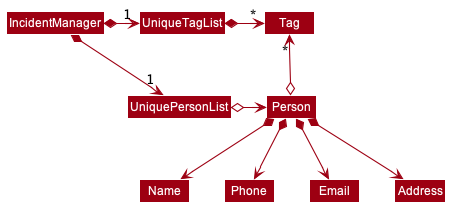
Above: docs/images/BetterModelClassDiagram.png in nus-cs2103-AY1920S1/addressbook-level3 (PlantUML), before the change.
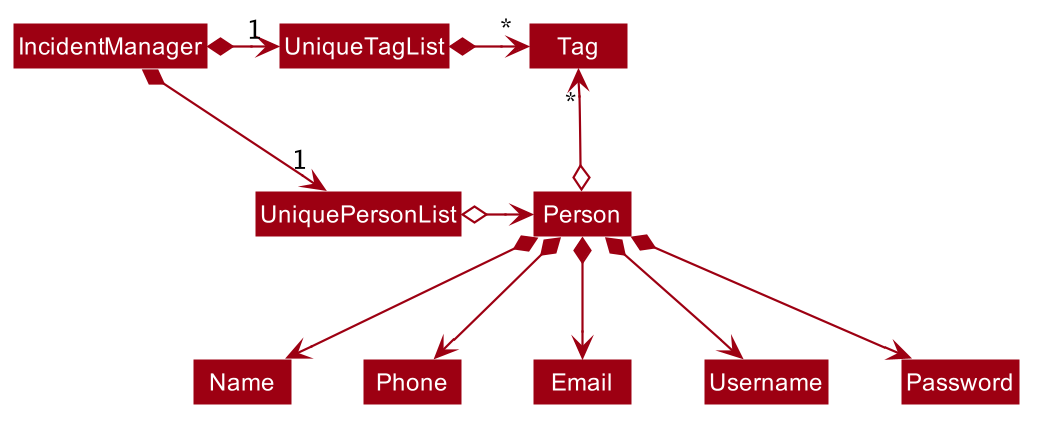
After the commit.

Commit message:
Fixed Person Model Diagrams

The edit, as a diff of the source:
```diff
@@ -64,5 +64,6 @@
 Person *--> Name
 Person *--> Phone
 Person *--> Email
-Person *--> Address
+Person *--> Username
+Person *--> Password
 @enduml
```
